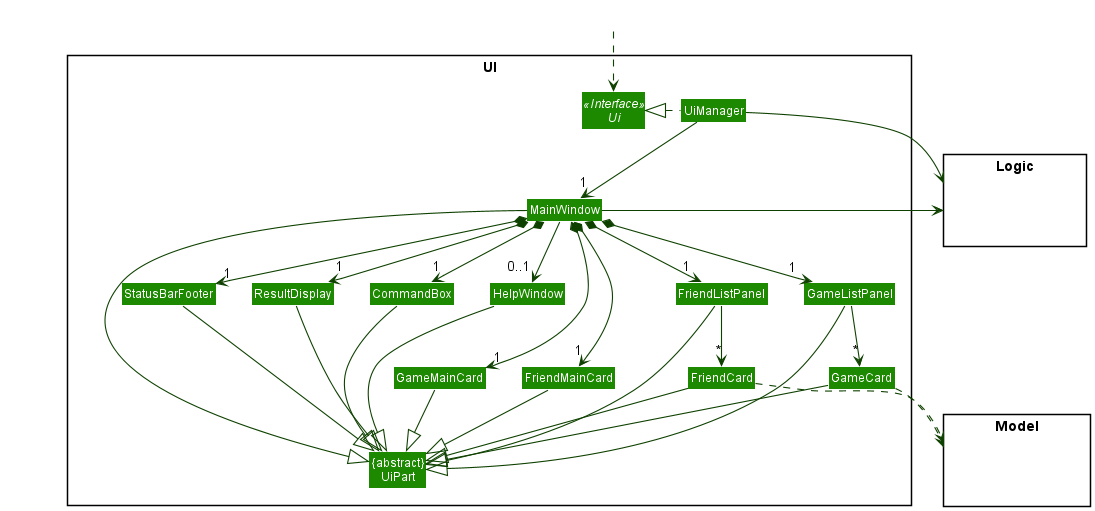
The PlantUML diagram docs/images/UiClassDiagram.png in nus-cs2103-AY2122S1/tp, before a commit.
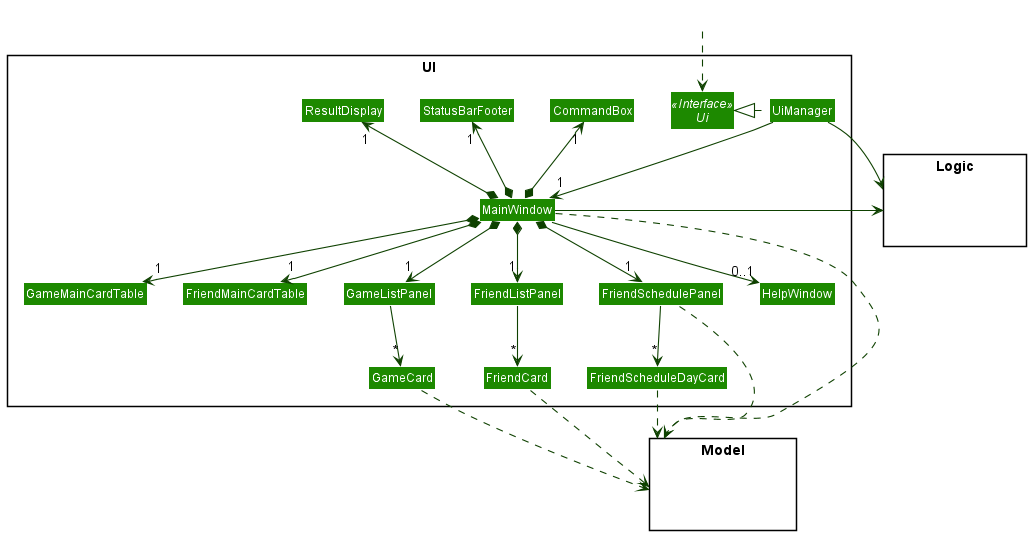
Above is the later version.

Change to the diagram source:
```diff
@@ -6,7 +6,6 @@
 
 package UI <<Rectangle>>{
 Interface Ui <<Interface>>
-Class "{abstract}\nUiPart" as UiPart
 Class UiManager
 Class MainWindow
 Class HelpWindow
@@ -17,8 +16,10 @@
 Class CommandBox
 Class GameListPanel
 Class GameCard
-Class GameMainCard
-Class FriendMainCard
+Class GameMainCardTable
+Class FriendMainCardTable
+Class FriendSchedulePanel
+Class FriendScheduleDayCard
 }
 
 package Model <<Rectangle>> {
@@ -34,33 +35,25 @@
 
 UiManager .left.|> Ui
 UiManager -down-> "1" MainWindow
-MainWindow *-down->  "1" CommandBox
-MainWindow *-down-> "1" ResultDisplay
+MainWindow *-u->  "1" CommandBox
+MainWindow *-u-> "1" ResultDisplay
 MainWindow *-down-> "1" FriendListPanel
 MainWindow *-down-> "1" GameListPanel
-MainWindow *-down-> "1" StatusBarFooter
-MainWindow *-down-> "1" GameMainCard
-MainWindow *-down-> "1" FriendMainCard
+MainWindow *-l-> "1" StatusBarFooter
+MainWindow *-down-> "1" GameMainCardTable
+MainWindow *-down-> "1" FriendMainCardTable
+MainWindow *-down-> "1" FriendSchedulePanel
 MainWindow --> "0..1" HelpWindow
 
 FriendListPanel -down-> "*" FriendCard
 GameListPanel -down-> "*" GameCard
-
-MainWindow -left-|> UiPart
-
-ResultDisplay --|> UiPart
-CommandBox --|> UiPart
-FriendListPanel --|> UiPart
-FriendCard --|> UiPart
-GameListPanel --|> UiPart
-GameCard --|> UiPart
-FriendMainCard --|> UiPart
-GameMainCard --|> UiPart
-StatusBarFooter --|> UiPart
-HelpWindow --|> UiPart
+FriendSchedulePanel -down-> "*" FriendScheduleDayCard
 
 FriendCard ..> Model
 GameCard ..> Model
+MainWindow ..> Model
+FriendScheduleDayCard ..> Model
+FriendSchedulePanel ..> Model
 UiManager -right-> Logic
 MainWindow -left-> Logic
 
@@ -69,5 +62,4 @@
 CommandBox -[hidden]left- ResultDisplay
 ResultDisplay -[hidden]left- StatusBarFooter
 
-MainWindow -[hidden]-|> UiPart
 @enduml
```
